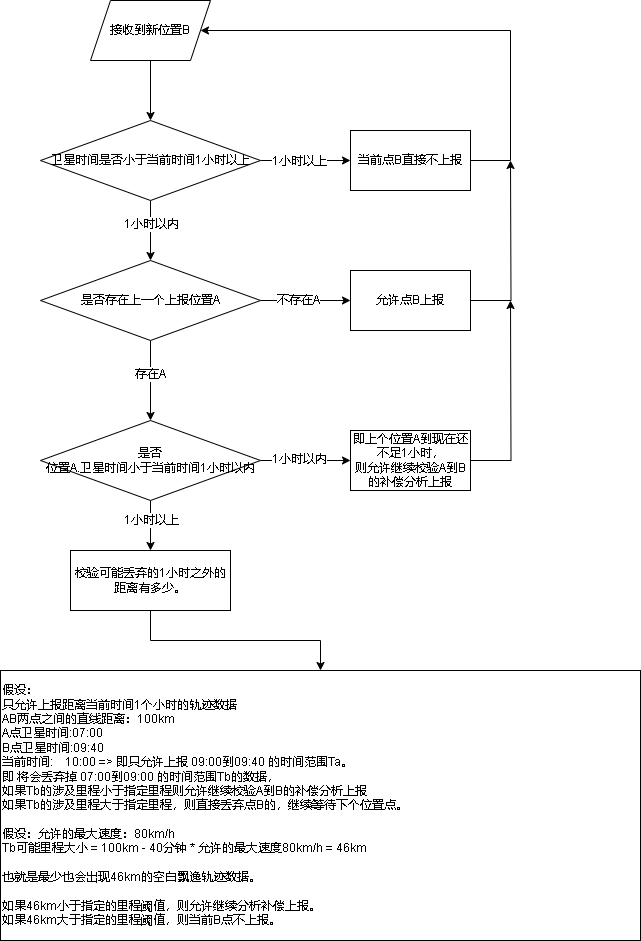
This is 809轨迹时间异常.drawio.png from xktder/draw, a draw.io export, as it was before one commit. Source tidied: cells renumbered, new cells last; positions are measured from the earlier drawing's top-left corner, leaving out a move shared by most shapes. The source it was exported from:
```xml
<mxGraphModel>
  <root>
    <mxCell id="0" />
    <mxCell id="1" parent="0" />
    <mxCell id="2" style="edgeStyle=orthogonalEdgeStyle;rounded=0;jettySize=auto;html=1;" parent="1" edge="1" source="6" target="10">
      <mxGeometry relative="1" as="geometry" />
    </mxCell>
    <mxCell id="3" value="1小时以上" style="edgeLabel;html=1;align=center;verticalAlign=middle;" parent="2" vertex="1">
      <mxGeometry x="-0.15" relative="1" as="geometry" />
    </mxCell>
    <mxCell id="4" style="edgeStyle=orthogonalEdgeStyle;rounded=0;jettySize=auto;html=1;" parent="1" edge="1" source="6" target="15">
      <mxGeometry relative="1" as="geometry" />
    </mxCell>
    <mxCell id="5" value="1小时以内" style="edgeLabel;html=1;align=center;verticalAlign=middle;" parent="4" vertex="1">
      <mxGeometry x="-0.25" relative="1" as="geometry" />
    </mxCell>
    <mxCell id="6" value="卫星时间是否小于当前时间1小时以上" style="rhombus;whiteSpace=wrap;html=1;" parent="1" vertex="1">
      <mxGeometry x="40" y="120" width="220" height="80" as="geometry" />
    </mxCell>
    <mxCell id="7" style="edgeStyle=orthogonalEdgeStyle;rounded=0;jettySize=auto;html=1;entryX=0.5;entryY=0;entryDx=0;entryDy=0;" parent="1" edge="1" source="8" target="6">
      <mxGeometry relative="1" as="geometry" />
    </mxCell>
    <mxCell id="8" value="接收到新位置B" style="shape=parallelogram;perimeter=parallelogramPerimeter;whiteSpace=wrap;html=1;fixedSize=1;" parent="1" vertex="1">
      <mxGeometry x="90" width="120" height="60" as="geometry" />
    </mxCell>
    <mxCell id="9" style="edgeStyle=orthogonalEdgeStyle;rounded=0;jettySize=auto;html=1;entryX=1;entryY=0.5;entryDx=0;entryDy=0;" parent="1" edge="1" source="10" target="8">
      <mxGeometry relative="1" as="geometry">
        <Array as="points">
          <mxPoint x="510" y="160" />
          <mxPoint x="510" y="30" />
        </Array>
      </mxGeometry>
    </mxCell>
    <mxCell id="10" value="当前点B直接不上报&lt;br&gt;" style="whiteSpace=wrap;html=1;" parent="1" vertex="1">
      <mxGeometry x="350" y="130" width="120" height="60" as="geometry" />
    </mxCell>
    <mxCell id="11" style="edgeStyle=orthogonalEdgeStyle;rounded=0;jettySize=auto;html=1;" parent="1" edge="1" source="15" target="17">
      <mxGeometry relative="1" as="geometry" />
    </mxCell>
    <mxCell id="12" value="不存在A" style="edgeLabel;html=1;align=center;verticalAlign=middle;" parent="11" vertex="1">
      <mxGeometry x="-0.18" y="1" relative="1" as="geometry" />
    </mxCell>
    <mxCell id="13" style="edgeStyle=orthogonalEdgeStyle;rounded=0;jettySize=auto;html=1;" parent="1" edge="1" source="15" target="22">
      <mxGeometry relative="1" as="geometry" />
    </mxCell>
    <mxCell id="14" value="存在A" style="edgeLabel;html=1;align=center;verticalAlign=middle;" parent="13" vertex="1">
      <mxGeometry x="-0.19" y="-1" relative="1" as="geometry" />
    </mxCell>
    <mxCell id="15" value="是否存在上一个上报位置A" style="rhombus;whiteSpace=wrap;html=1;" parent="1" vertex="1">
      <mxGeometry x="40" y="260" width="220" height="80" as="geometry" />
    </mxCell>
    <mxCell id="16" style="edgeStyle=orthogonalEdgeStyle;rounded=0;jettySize=auto;html=1;" parent="1" edge="1" source="17">
      <mxGeometry relative="1" as="geometry">
        <mxPoint x="510" y="160" as="targetPoint" />
      </mxGeometry>
    </mxCell>
    <mxCell id="17" value="允许点B上报" style="whiteSpace=wrap;html=1;" parent="1" vertex="1">
      <mxGeometry x="350" y="270" width="120" height="60" as="geometry" />
    </mxCell>
    <mxCell id="18" style="edgeStyle=orthogonalEdgeStyle;rounded=0;jettySize=auto;html=1;" parent="1" edge="1" source="22" target="24">
      <mxGeometry relative="1" as="geometry" />
    </mxCell>
    <mxCell id="19" value="1小时以内" style="edgeLabel;html=1;align=center;verticalAlign=middle;" parent="18" vertex="1">
      <mxGeometry x="-0.16" y="2" relative="1" as="geometry" />
    </mxCell>
    <mxCell id="20" style="edgeStyle=orthogonalEdgeStyle;rounded=0;jettySize=auto;html=1;entryX=0.5;entryY=0;entryDx=0;entryDy=0;" parent="1" edge="1" source="22" target="26">
      <mxGeometry relative="1" as="geometry" />
    </mxCell>
    <mxCell id="21" value="1小时以上" style="edgeLabel;html=1;align=center;verticalAlign=middle;" parent="20" vertex="1">
      <mxGeometry x="-0.23" relative="1" as="geometry" />
    </mxCell>
    <mxCell id="22" value="是否&lt;br&gt;位置A.卫星时间小于当前时间1小时以内" style="rhombus;whiteSpace=wrap;html=1;" parent="1" vertex="1">
      <mxGeometry x="40" y="420" width="220" height="80" as="geometry" />
    </mxCell>
    <mxCell id="23" style="edgeStyle=orthogonalEdgeStyle;rounded=0;jettySize=auto;html=1;" parent="1" edge="1" source="24">
      <mxGeometry relative="1" as="geometry">
        <mxPoint x="510" y="300" as="targetPoint" />
      </mxGeometry>
    </mxCell>
    <mxCell id="24" value="即上个位置A到现在还不足1小时，&lt;br&gt;则允许继续校验A到B的补偿分析上报" style="whiteSpace=wrap;html=1;" parent="1" vertex="1">
      <mxGeometry x="350" y="430" width="120" height="60" as="geometry" />
    </mxCell>
    <mxCell id="25" style="edgeStyle=orthogonalEdgeStyle;rounded=0;jettySize=auto;html=1;" parent="1" edge="1" source="26" target="27">
      <mxGeometry relative="1" as="geometry" />
    </mxCell>
    <mxCell id="26" value="校验可能丢弃的1小时之外的距离有多少。" style="rounded=0;whiteSpace=wrap;html=1;" parent="1" vertex="1">
      <mxGeometry x="70" y="550" width="160" height="60" as="geometry" />
    </mxCell>
    <mxCell id="27" value="&lt;div&gt;假设：&lt;/div&gt;&lt;div&gt;只允许上报距离当前时间1个小时的轨迹数据&lt;span style=&quot;&quot;&gt;&lt;/span&gt;&lt;/div&gt;&lt;div&gt;&lt;span style=&quot;&quot;&gt;AB两点之间的直线距离：100km&lt;/span&gt;&lt;/div&gt;&lt;div&gt;&lt;span style=&quot;&quot;&gt;A点卫星时间:07:00&lt;/span&gt;&lt;/div&gt;&lt;div&gt;&lt;span style=&quot;&quot;&gt;B点卫星时间:09:40&lt;/span&gt;&lt;/div&gt;&lt;div&gt;&lt;span style=&quot;&quot;&gt;当前时间:&lt;span style=&quot;&quot;&gt;&lt;span style=&quot;white-space: pre;&quot;&gt;&amp;nbsp;&amp;nbsp;&amp;nbsp;&amp;nbsp;&lt;/span&gt;&lt;/span&gt;10:00 =&amp;gt; 即只允许上报 09:00到09:40 的时间范围Ta。&lt;/span&gt;&lt;/div&gt;&lt;div&gt;&lt;span style=&quot;&quot;&gt;即 将会丢弃掉 07:00到09:00 的时间范围Tb的数据，&lt;/span&gt;&lt;/div&gt;&lt;div&gt;&lt;span style=&quot;&quot;&gt;如果Tb的涉及里程小于指定里程则允许继续校验A到B的补偿分析上报&lt;/span&gt;&lt;/div&gt;&lt;div&gt;&lt;span style=&quot;&quot;&gt;如果Tb的涉及里程大于指定里程，则直接丢弃点B的，继续等待下个位置点。&lt;/span&gt;&lt;/div&gt;&lt;div&gt;&lt;span style=&quot;&quot;&gt;&lt;span style=&quot;white-space: pre;&quot;&gt;&amp;nbsp;&amp;nbsp;&amp;nbsp;&amp;nbsp;&lt;/span&gt;&lt;span style=&quot;white-space: pre;&quot;&gt;&amp;nbsp;&amp;nbsp;&amp;nbsp;&amp;nbsp;&lt;/span&gt;&lt;span style=&quot;white-space: pre;&quot;&gt;&amp;nbsp;&amp;nbsp;&amp;nbsp;&amp;nbsp;&lt;/span&gt;&lt;span style=&quot;white-space: pre;&quot;&gt;&amp;nbsp;&amp;nbsp;&amp;nbsp;&amp;nbsp;&lt;/span&gt;&lt;span style=&quot;white-space: pre;&quot;&gt;&amp;nbsp;&amp;nbsp;&amp;nbsp;&amp;nbsp;&lt;/span&gt;&lt;span style=&quot;white-space: pre;&quot;&gt;&amp;nbsp;&amp;nbsp;&amp;nbsp;&amp;nbsp;&lt;/span&gt;&lt;span style=&quot;white-space: pre;&quot;&gt;&amp;nbsp;&amp;nbsp;&amp;nbsp;&amp;nbsp;&lt;/span&gt;&lt;span style=&quot;white-space: pre;&quot;&gt;&amp;nbsp;&amp;nbsp;&amp;nbsp;&amp;nbsp;&lt;/span&gt;&lt;span style=&quot;white-space: pre;&quot;&gt;&amp;nbsp;&amp;nbsp;&amp;nbsp;&amp;nbsp;&lt;/span&gt;&lt;span style=&quot;white-space: pre;&quot;&gt;&amp;nbsp;&amp;nbsp;&amp;nbsp;&amp;nbsp;&lt;/span&gt;&lt;span style=&quot;white-space: pre;&quot;&gt;&amp;nbsp;&amp;nbsp;&amp;nbsp;&amp;nbsp;&lt;/span&gt;&lt;span style=&quot;white-space: pre;&quot;&gt;&amp;nbsp;&amp;nbsp;&amp;nbsp;&amp;nbsp;&lt;/span&gt;&lt;span style=&quot;white-space: pre;&quot;&gt;&amp;nbsp;&amp;nbsp;&amp;nbsp;&amp;nbsp;&lt;/span&gt;&lt;span style=&quot;white-space: pre;&quot;&gt;&amp;nbsp;&amp;nbsp;&amp;nbsp;&amp;nbsp;&lt;/span&gt;&lt;span style=&quot;white-space: pre;&quot;&gt;&amp;nbsp;&amp;nbsp;&amp;nbsp;&amp;nbsp;&lt;/span&gt;&lt;span style=&quot;white-space: pre;&quot;&gt;&amp;nbsp;&amp;nbsp;&amp;nbsp;&amp;nbsp;&lt;/span&gt;&lt;span style=&quot;white-space: pre;&quot;&gt;&amp;nbsp;&amp;nbsp;&amp;nbsp;&amp;nbsp;&lt;/span&gt;&lt;span style=&quot;white-space: pre;&quot;&gt;&amp;nbsp;&amp;nbsp;&amp;nbsp;&amp;nbsp;&lt;/span&gt;&lt;/span&gt;&lt;/div&gt;&lt;div&gt;&lt;span style=&quot;&quot;&gt;假设：允许的最大速度：80km/h&lt;/span&gt;&lt;/div&gt;&lt;div&gt;&lt;span style=&quot;&quot;&gt;Tb可能里程大小 = 100km - 40分钟 * 允许的最大速度80km/h = 46km&lt;/span&gt;&lt;/div&gt;&lt;div&gt;&lt;span style=&quot;&quot;&gt;&lt;span style=&quot;white-space: pre;&quot;&gt;&amp;nbsp;&amp;nbsp;&amp;nbsp;&amp;nbsp;&lt;/span&gt;&lt;span style=&quot;white-space: pre;&quot;&gt;&amp;nbsp;&amp;nbsp;&amp;nbsp;&amp;nbsp;&lt;/span&gt;&lt;span style=&quot;white-space: pre;&quot;&gt;&amp;nbsp;&amp;nbsp;&amp;nbsp;&amp;nbsp;&lt;/span&gt;&lt;span style=&quot;white-space: pre;&quot;&gt;&amp;nbsp;&amp;nbsp;&amp;nbsp;&amp;nbsp;&lt;/span&gt;&lt;span style=&quot;white-space: pre;&quot;&gt;&amp;nbsp;&amp;nbsp;&amp;nbsp;&amp;nbsp;&lt;/span&gt;&lt;span style=&quot;white-space: pre;&quot;&gt;&amp;nbsp;&amp;nbsp;&amp;nbsp;&amp;nbsp;&lt;/span&gt;&lt;span style=&quot;white-space: pre;&quot;&gt;&amp;nbsp;&amp;nbsp;&amp;nbsp;&amp;nbsp;&lt;/span&gt;&lt;span style=&quot;white-space: pre;&quot;&gt;&amp;nbsp;&amp;nbsp;&amp;nbsp;&amp;nbsp;&lt;/span&gt;&lt;span style=&quot;white-space: pre;&quot;&gt;&amp;nbsp;&amp;nbsp;&amp;nbsp;&amp;nbsp;&lt;/span&gt;&lt;span style=&quot;white-space: pre;&quot;&gt;&amp;nbsp;&amp;nbsp;&amp;nbsp;&amp;nbsp;&lt;/span&gt;&lt;span style=&quot;white-space: pre;&quot;&gt;&amp;nbsp;&amp;nbsp;&amp;nbsp;&amp;nbsp;&lt;/span&gt;&lt;span style=&quot;white-space: pre;&quot;&gt;&amp;nbsp;&amp;nbsp;&amp;nbsp;&amp;nbsp;&lt;/span&gt;&lt;span style=&quot;white-space: pre;&quot;&gt;&amp;nbsp;&amp;nbsp;&amp;nbsp;&amp;nbsp;&lt;/span&gt;&lt;span style=&quot;white-space: pre;&quot;&gt;&amp;nbsp;&amp;nbsp;&amp;nbsp;&amp;nbsp;&lt;/span&gt;&lt;span style=&quot;white-space: pre;&quot;&gt;&amp;nbsp;&amp;nbsp;&amp;nbsp;&amp;nbsp;&lt;/span&gt;&lt;span style=&quot;white-space: pre;&quot;&gt;&amp;nbsp;&amp;nbsp;&amp;nbsp;&amp;nbsp;&lt;/span&gt;&lt;span style=&quot;white-space: pre;&quot;&gt;&amp;nbsp;&amp;nbsp;&amp;nbsp;&amp;nbsp;&lt;/span&gt;&lt;span style=&quot;white-space: pre;&quot;&gt;&amp;nbsp;&amp;nbsp;&amp;nbsp;&amp;nbsp;&lt;/span&gt;&lt;/span&gt;&lt;/div&gt;&lt;div&gt;&lt;span style=&quot;&quot;&gt;也就是最少也会出现46km的空白飘逸轨迹数据。&lt;/span&gt;&lt;/div&gt;&lt;div&gt;&lt;span style=&quot;&quot;&gt;&lt;span style=&quot;white-space: pre;&quot;&gt;&amp;nbsp;&amp;nbsp;&amp;nbsp;&amp;nbsp;&lt;/span&gt;&lt;span style=&quot;white-space: pre;&quot;&gt;&amp;nbsp;&amp;nbsp;&amp;nbsp;&amp;nbsp;&lt;/span&gt;&lt;span style=&quot;white-space: pre;&quot;&gt;&amp;nbsp;&amp;nbsp;&amp;nbsp;&amp;nbsp;&lt;/span&gt;&lt;span style=&quot;white-space: pre;&quot;&gt;&amp;nbsp;&amp;nbsp;&amp;nbsp;&amp;nbsp;&lt;/span&gt;&lt;span style=&quot;white-space: pre;&quot;&gt;&amp;nbsp;&amp;nbsp;&amp;nbsp;&amp;nbsp;&lt;/span&gt;&lt;span style=&quot;white-space: pre;&quot;&gt;&amp;nbsp;&amp;nbsp;&amp;nbsp;&amp;nbsp;&lt;/span&gt;&lt;span style=&quot;white-space: pre;&quot;&gt;&amp;nbsp;&amp;nbsp;&amp;nbsp;&amp;nbsp;&lt;/span&gt;&lt;span style=&quot;white-space: pre;&quot;&gt;&amp;nbsp;&amp;nbsp;&amp;nbsp;&amp;nbsp;&lt;/span&gt;&lt;span style=&quot;white-space: pre;&quot;&gt;&amp;nbsp;&amp;nbsp;&amp;nbsp;&amp;nbsp;&lt;/span&gt;&lt;span style=&quot;white-space: pre;&quot;&gt;&amp;nbsp;&amp;nbsp;&amp;nbsp;&amp;nbsp;&lt;/span&gt;&lt;span style=&quot;white-space: pre;&quot;&gt;&amp;nbsp;&amp;nbsp;&amp;nbsp;&amp;nbsp;&lt;/span&gt;&lt;span style=&quot;white-space: pre;&quot;&gt;&amp;nbsp;&amp;nbsp;&amp;nbsp;&amp;nbsp;&lt;/span&gt;&lt;span style=&quot;white-space: pre;&quot;&gt;&amp;nbsp;&amp;nbsp;&amp;nbsp;&amp;nbsp;&lt;/span&gt;&lt;span style=&quot;white-space: pre;&quot;&gt;&amp;nbsp;&amp;nbsp;&amp;nbsp;&amp;nbsp;&lt;/span&gt;&lt;span style=&quot;white-space: pre;&quot;&gt;&amp;nbsp;&amp;nbsp;&amp;nbsp;&amp;nbsp;&lt;/span&gt;&lt;span style=&quot;white-space: pre;&quot;&gt;&amp;nbsp;&amp;nbsp;&amp;nbsp;&amp;nbsp;&lt;/span&gt;&lt;span style=&quot;white-space: pre;&quot;&gt;&amp;nbsp;&amp;nbsp;&amp;nbsp;&amp;nbsp;&lt;/span&gt;&lt;span style=&quot;white-space: pre;&quot;&gt;&amp;nbsp;&amp;nbsp;&amp;nbsp;&amp;nbsp;&lt;/span&gt;&lt;/span&gt;&lt;/div&gt;&lt;div&gt;&lt;span style=&quot;&quot;&gt;如果46km小于指定的里程阈值，则允许继续分析补偿上报。&lt;/span&gt;&lt;/div&gt;&lt;div&gt;&lt;span style=&quot;&quot;&gt;如果46km大于指定的里程阈值，则当前B点不上报。&lt;/span&gt;&lt;/div&gt;" style="rounded=0;whiteSpace=wrap;html=1;align=left;" parent="1" vertex="1">
      <mxGeometry y="670" width="640" height="270" as="geometry" />
    </mxCell>
  </root>
</mxGraphModel>
```
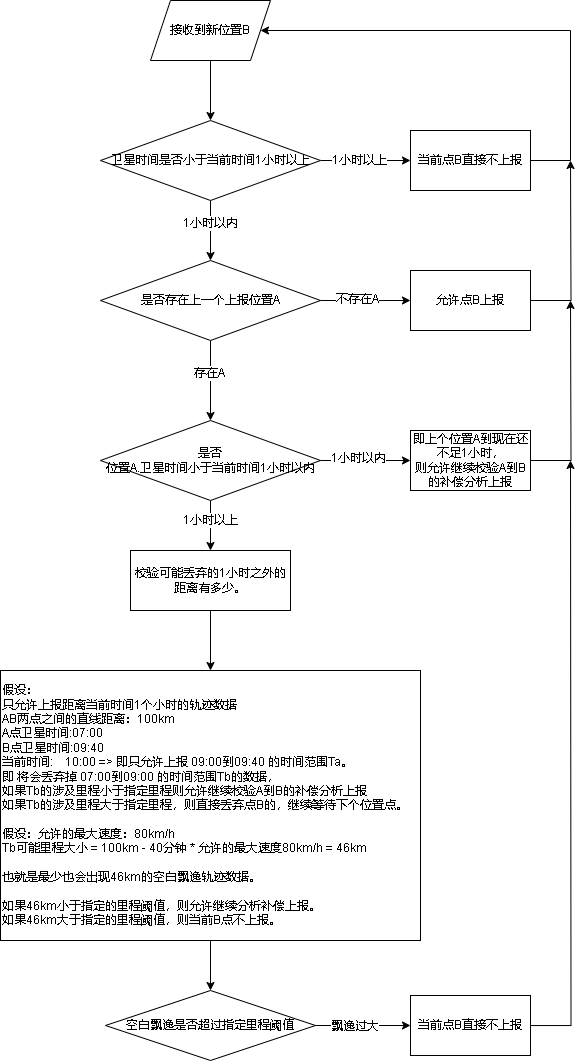
The same file after the commit.

Commit message:
更新809轨迹时间异常.drawio.png

Change to the diagram source:
```diff
@@ -86,8 +86,28 @@
     <mxCell id="26" value="校验可能丢弃的1小时之外的距离有多少。" style="rounded=0;whiteSpace=wrap;html=1;" parent="1" vertex="1">
       <mxGeometry x="70" y="550" width="160" height="60" as="geometry" />
     </mxCell>
+    <mxCell id="28" style="edgeStyle=orthogonalEdgeStyle;rounded=0;jettySize=auto;html=1;" parent="1" edge="1" source="27" target="31">
+      <mxGeometry relative="1" as="geometry" />
+    </mxCell>
     <mxCell id="27" value="&lt;div&gt;假设：&lt;/div&gt;&lt;div&gt;只允许上报距离当前时间1个小时的轨迹数据&lt;span style=&quot;&quot;&gt;&lt;/span&gt;&lt;/div&gt;&lt;div&gt;&lt;span style=&quot;&quot;&gt;AB两点之间的直线距离：100km&lt;/span&gt;&lt;/div&gt;&lt;div&gt;&lt;span style=&quot;&quot;&gt;A点卫星时间:07:00&lt;/span&gt;&lt;/div&gt;&lt;div&gt;&lt;span style=&quot;&quot;&gt;B点卫星时间:09:40&lt;/span&gt;&lt;/div&gt;&lt;div&gt;&lt;span style=&quot;&quot;&gt;当前时间:&lt;span style=&quot;&quot;&gt;&lt;span style=&quot;white-space: pre;&quot;&gt;&amp;nbsp;&amp;nbsp;&amp;nbsp;&amp;nbsp;&lt;/span&gt;&lt;/span&gt;10:00 =&amp;gt; 即只允许上报 09:00到09:40 的时间范围Ta。&lt;/span&gt;&lt;/div&gt;&lt;div&gt;&lt;span style=&quot;&quot;&gt;即 将会丢弃掉 07:00到09:00 的时间范围Tb的数据，&lt;/span&gt;&lt;/div&gt;&lt;div&gt;&lt;span style=&quot;&quot;&gt;如果Tb的涉及里程小于指定里程则允许继续校验A到B的补偿分析上报&lt;/span&gt;&lt;/div&gt;&lt;div&gt;&lt;span style=&quot;&quot;&gt;如果Tb的涉及里程大于指定里程，则直接丢弃点B的，继续等待下个位置点。&lt;/span&gt;&lt;/div&gt;&lt;div&gt;&lt;span style=&quot;&quot;&gt;&lt;span style=&quot;white-space: pre;&quot;&gt;&amp;nbsp;&amp;nbsp;&amp;nbsp;&amp;nbsp;&lt;/span&gt;&lt;span style=&quot;white-space: pre;&quot;&gt;&amp;nbsp;&amp;nbsp;&amp;nbsp;&amp;nbsp;&lt;/span&gt;&lt;span style=&quot;white-space: pre;&quot;&gt;&amp;nbsp;&amp;nbsp;&amp;nbsp;&amp;nbsp;&lt;/span&gt;&lt;span style=&quot;white-space: pre;&quot;&gt;&amp;nbsp;&amp;nbsp;&amp;nbsp;&amp;nbsp;&lt;/span&gt;&lt;span style=&quot;white-space: pre;&quot;&gt;&amp;nbsp;&amp;nbsp;&amp;nbsp;&amp;nbsp;&lt;/span&gt;&lt;span style=&quot;white-space: pre;&quot;&gt;&amp;nbsp;&amp;nbsp;&amp;nbsp;&amp;nbsp;&lt;/span&gt;&lt;span style=&quot;white-space: pre;&quot;&gt;&amp;nbsp;&amp;nbsp;&amp;nbsp;&amp;nbsp;&lt;/span&gt;&lt;span style=&quot;white-space: pre;&quot;&gt;&amp;nbsp;&amp;nbsp;&amp;nbsp;&amp;nbsp;&lt;/span&gt;&lt;span style=&quot;white-space: pre;&quot;&gt;&amp;nbsp;&amp;nbsp;&amp;nbsp;&amp;nbsp;&lt;/span&gt;&lt;span style=&quot;white-space: pre;&quot;&gt;&amp;nbsp;&amp;nbsp;&amp;nbsp;&amp;nbsp;&lt;/span&gt;&lt;span style=&quot;white-space: pre;&quot;&gt;&amp;nbsp;&amp;nbsp;&amp;nbsp;&amp;nbsp;&lt;/span&gt;&lt;span style=&quot;white-space: pre;&quot;&gt;&amp;nbsp;&amp;nbsp;&amp;nbsp;&amp;nbsp;&lt;/span&gt;&lt;span style=&quot;white-space: pre;&quot;&gt;&amp;nbsp;&amp;nbsp;&amp;nbsp;&amp;nbsp;&lt;/span&gt;&lt;span style=&quot;white-space: pre;&quot;&gt;&amp;nbsp;&amp;nbsp;&amp;nbsp;&amp;nbsp;&lt;/span&gt;&lt;span style=&quot;white-space: pre;&quot;&gt;&amp;nbsp;&amp;nbsp;&amp;nbsp;&amp;nbsp;&lt;/span&gt;&lt;span style=&quot;white-space: pre;&quot;&gt;&amp;nbsp;&amp;nbsp;&amp;nbsp;&amp;nbsp;&lt;/span&gt;&lt;span style=&quot;white-space: pre;&quot;&gt;&amp;nbsp;&amp;nbsp;&amp;nbsp;&amp;nbsp;&lt;/span&gt;&lt;span style=&quot;white-space: pre;&quot;&gt;&amp;nbsp;&amp;nbsp;&amp;nbsp;&amp;nbsp;&lt;/span&gt;&lt;/span&gt;&lt;/div&gt;&lt;div&gt;&lt;span style=&quot;&quot;&gt;假设：允许的最大速度：80km/h&lt;/span&gt;&lt;/div&gt;&lt;div&gt;&lt;span style=&quot;&quot;&gt;Tb可能里程大小 = 100km - 40分钟 * 允许的最大速度80km/h = 46km&lt;/span&gt;&lt;/div&gt;&lt;div&gt;&lt;span style=&quot;&quot;&gt;&lt;span style=&quot;white-space: pre;&quot;&gt;&amp;nbsp;&amp;nbsp;&amp;nbsp;&amp;nbsp;&lt;/span&gt;&lt;span style=&quot;white-space: pre;&quot;&gt;&amp;nbsp;&amp;nbsp;&amp;nbsp;&amp;nbsp;&lt;/span&gt;&lt;span style=&quot;white-space: pre;&quot;&gt;&amp;nbsp;&amp;nbsp;&amp;nbsp;&amp;nbsp;&lt;/span&gt;&lt;span style=&quot;white-space: pre;&quot;&gt;&amp;nbsp;&amp;nbsp;&amp;nbsp;&amp;nbsp;&lt;/span&gt;&lt;span style=&quot;white-space: pre;&quot;&gt;&amp;nbsp;&amp;nbsp;&amp;nbsp;&amp;nbsp;&lt;/span&gt;&lt;span style=&quot;white-space: pre;&quot;&gt;&amp;nbsp;&amp;nbsp;&amp;nbsp;&amp;nbsp;&lt;/span&gt;&lt;span style=&quot;white-space: pre;&quot;&gt;&amp;nbsp;&amp;nbsp;&amp;nbsp;&amp;nbsp;&lt;/span&gt;&lt;span style=&quot;white-space: pre;&quot;&gt;&amp;nbsp;&amp;nbsp;&amp;nbsp;&amp;nbsp;&lt;/span&gt;&lt;span style=&quot;white-space: pre;&quot;&gt;&amp;nbsp;&amp;nbsp;&amp;nbsp;&amp;nbsp;&lt;/span&gt;&lt;span style=&quot;white-space: pre;&quot;&gt;&amp;nbsp;&amp;nbsp;&amp;nbsp;&amp;nbsp;&lt;/span&gt;&lt;span style=&quot;white-space: pre;&quot;&gt;&amp;nbsp;&amp;nbsp;&amp;nbsp;&amp;nbsp;&lt;/span&gt;&lt;span style=&quot;white-space: pre;&quot;&gt;&amp;nbsp;&amp;nbsp;&amp;nbsp;&amp;nbsp;&lt;/span&gt;&lt;span style=&quot;white-space: pre;&quot;&gt;&amp;nbsp;&amp;nbsp;&amp;nbsp;&amp;nbsp;&lt;/span&gt;&lt;span style=&quot;white-space: pre;&quot;&gt;&amp;nbsp;&amp;nbsp;&amp;nbsp;&amp;nbsp;&lt;/span&gt;&lt;span style=&quot;white-space: pre;&quot;&gt;&amp;nbsp;&amp;nbsp;&amp;nbsp;&amp;nbsp;&lt;/span&gt;&lt;span style=&quot;white-space: pre;&quot;&gt;&amp;nbsp;&amp;nbsp;&amp;nbsp;&amp;nbsp;&lt;/span&gt;&lt;span style=&quot;white-space: pre;&quot;&gt;&amp;nbsp;&amp;nbsp;&amp;nbsp;&amp;nbsp;&lt;/span&gt;&lt;span style=&quot;white-space: pre;&quot;&gt;&amp;nbsp;&amp;nbsp;&amp;nbsp;&amp;nbsp;&lt;/span&gt;&lt;/span&gt;&lt;/div&gt;&lt;div&gt;&lt;span style=&quot;&quot;&gt;也就是最少也会出现46km的空白飘逸轨迹数据。&lt;/span&gt;&lt;/div&gt;&lt;div&gt;&lt;span style=&quot;&quot;&gt;&lt;span style=&quot;white-space: pre;&quot;&gt;&amp;nbsp;&amp;nbsp;&amp;nbsp;&amp;nbsp;&lt;/span&gt;&lt;span style=&quot;white-space: pre;&quot;&gt;&amp;nbsp;&amp;nbsp;&amp;nbsp;&amp;nbsp;&lt;/span&gt;&lt;span style=&quot;white-space: pre;&quot;&gt;&amp;nbsp;&amp;nbsp;&amp;nbsp;&amp;nbsp;&lt;/span&gt;&lt;span style=&quot;white-space: pre;&quot;&gt;&amp;nbsp;&amp;nbsp;&amp;nbsp;&amp;nbsp;&lt;/span&gt;&lt;span style=&quot;white-space: pre;&quot;&gt;&amp;nbsp;&amp;nbsp;&amp;nbsp;&amp;nbsp;&lt;/span&gt;&lt;span style=&quot;white-space: pre;&quot;&gt;&amp;nbsp;&amp;nbsp;&amp;nbsp;&amp;nbsp;&lt;/span&gt;&lt;span style=&quot;white-space: pre;&quot;&gt;&amp;nbsp;&amp;nbsp;&amp;nbsp;&amp;nbsp;&lt;/span&gt;&lt;span style=&quot;white-space: pre;&quot;&gt;&amp;nbsp;&amp;nbsp;&amp;nbsp;&amp;nbsp;&lt;/span&gt;&lt;span style=&quot;white-space: pre;&quot;&gt;&amp;nbsp;&amp;nbsp;&amp;nbsp;&amp;nbsp;&lt;/span&gt;&lt;span style=&quot;white-space: pre;&quot;&gt;&amp;nbsp;&amp;nbsp;&amp;nbsp;&amp;nbsp;&lt;/span&gt;&lt;span style=&quot;white-space: pre;&quot;&gt;&amp;nbsp;&amp;nbsp;&amp;nbsp;&amp;nbsp;&lt;/span&gt;&lt;span style=&quot;white-space: pre;&quot;&gt;&amp;nbsp;&amp;nbsp;&amp;nbsp;&amp;nbsp;&lt;/span&gt;&lt;span style=&quot;white-space: pre;&quot;&gt;&amp;nbsp;&amp;nbsp;&amp;nbsp;&amp;nbsp;&lt;/span&gt;&lt;span style=&quot;white-space: pre;&quot;&gt;&amp;nbsp;&amp;nbsp;&amp;nbsp;&amp;nbsp;&lt;/span&gt;&lt;span style=&quot;white-space: pre;&quot;&gt;&amp;nbsp;&amp;nbsp;&amp;nbsp;&amp;nbsp;&lt;/span&gt;&lt;span style=&quot;white-space: pre;&quot;&gt;&amp;nbsp;&amp;nbsp;&amp;nbsp;&amp;nbsp;&lt;/span&gt;&lt;span style=&quot;white-space: pre;&quot;&gt;&amp;nbsp;&amp;nbsp;&amp;nbsp;&amp;nbsp;&lt;/span&gt;&lt;span style=&quot;white-space: pre;&quot;&gt;&amp;nbsp;&amp;nbsp;&amp;nbsp;&amp;nbsp;&lt;/span&gt;&lt;/span&gt;&lt;/div&gt;&lt;div&gt;&lt;span style=&quot;&quot;&gt;如果46km小于指定的里程阈值，则允许继续分析补偿上报。&lt;/span&gt;&lt;/div&gt;&lt;div&gt;&lt;span style=&quot;&quot;&gt;如果46km大于指定的里程阈值，则当前B点不上报。&lt;/span&gt;&lt;/div&gt;" style="rounded=0;whiteSpace=wrap;html=1;align=left;" parent="1" vertex="1">
-      <mxGeometry y="670" width="640" height="270" as="geometry" />
+      <mxGeometry x="-60" y="670" width="420" height="270" as="geometry" />
     </mxCell>
+    <mxCell id="29" style="edgeStyle=orthogonalEdgeStyle;rounded=0;jettySize=auto;html=1;" parent="1" edge="1" source="31" target="33">
+      <mxGeometry relative="1" as="geometry" />
+    </mxCell>
+    <mxCell id="30" value="飘逸过大" style="edgeLabel;html=1;align=center;verticalAlign=middle;" parent="29" vertex="1">
+      <mxGeometry x="-0.19" y="-1" relative="1" as="geometry" />
+    </mxCell>
+    <mxCell id="31" value="空白飘逸是否超过指定里程阈值" style="rhombus;whiteSpace=wrap;html=1;align=center;rounded=0;" parent="1" vertex="1">
+      <mxGeometry x="45" y="990" width="210" height="70" as="geometry" />
+    </mxCell>
+    <mxCell id="32" style="edgeStyle=orthogonalEdgeStyle;rounded=0;jettySize=auto;html=1;" parent="1" edge="1" source="33">
+      <mxGeometry relative="1" as="geometry">
+        <mxPoint x="510" y="460" as="targetPoint" />
+      </mxGeometry>
+    </mxCell>
+    <mxCell id="33" value="当前点B直接不上报" style="whiteSpace=wrap;html=1;rounded=0;" parent="1" vertex="1">
+      <mxGeometry x="350" y="995" width="120" height="60" as="geometry" />
+    </mxCell>
   </root>
 </mxGraphModel>
```
